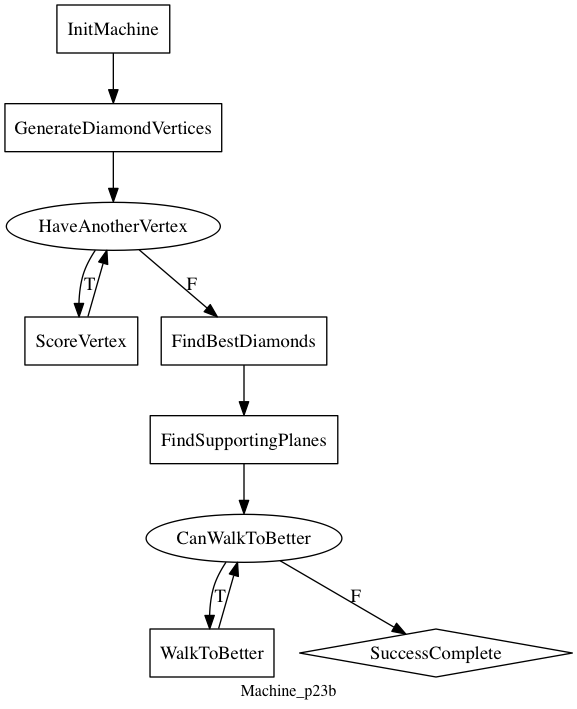
This is diagram/advent/p23b.png from comperical/FlowState, a Graphviz export, as it was before one commit. Its source is kept beside it as diagram/advent/p23b.gv. Source of this version:
```dot
digraph MyGraphName {
node [shape=box] InitMachine; GenerateDiamondVertices; ScoreVertex; FindBestDiamonds; FindSupportingPlanes; WalkToBetter
node [shape=diamond] SuccessComplete
node [shape=ellipse] HaveAnotherVertex; CanWalkToBetter
HaveAnotherVertex->FindBestDiamonds [label=F];
CanWalkToBetter->WalkToBetter [label=T];
GenerateDiamondVertices->HaveAnotherVertex ;
FindBestDiamonds->FindSupportingPlanes ;
WalkToBetter->CanWalkToBetter ;
ScoreVertex->HaveAnotherVertex ;
HaveAnotherVertex->ScoreVertex [label=T];
FindSupportingPlanes->CanWalkToBetter ;
InitMachine->GenerateDiamondVertices ;
CanWalkToBetter->SuccessComplete [label=F];
overlap=false
label=Machine_p23b
fontsize=12
}
```
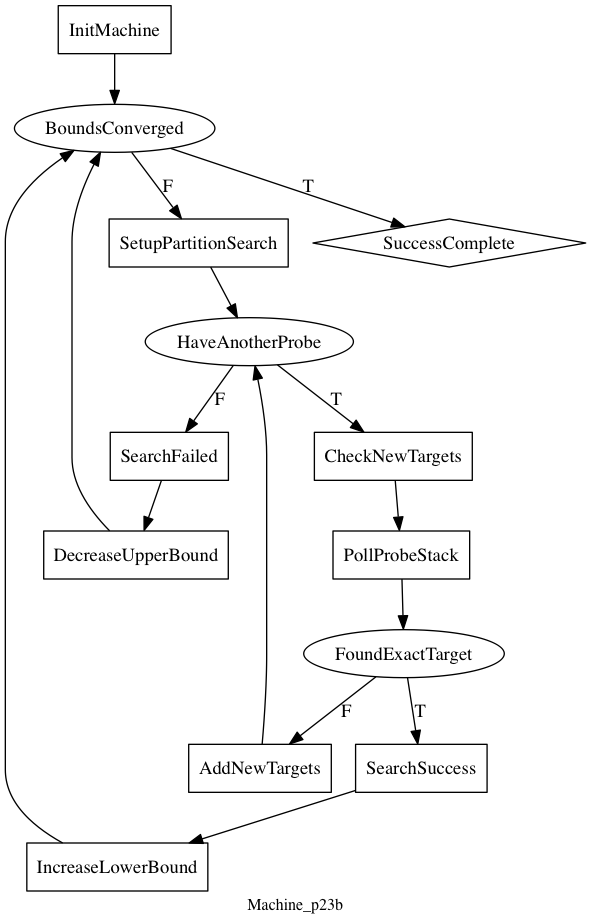
The same file after the commit.

Diff of the diagram source:
```diff
@@ -1,17 +1,22 @@
 digraph MyGraphName {
-node [shape=box] InitMachine; GenerateDiamondVertices; ScoreVertex; FindBestDiamonds; FindSupportingPlanes; WalkToBetter
+node [shape=box] InitMachine; SetupPartitionSearch; CheckNewTargets; PollProbeStack; AddNewTargets; SearchSuccess; IncreaseLowerBound; SearchFailed; DecreaseUpperBound
 node [shape=diamond] SuccessComplete
-node [shape=ellipse] HaveAnotherVertex; CanWalkToBetter
-HaveAnotherVertex->FindBestDiamonds [label=F];
-CanWalkToBetter->WalkToBetter [label=T];
-GenerateDiamondVertices->HaveAnotherVertex ;
-FindBestDiamonds->FindSupportingPlanes ;
-WalkToBetter->CanWalkToBetter ;
-ScoreVertex->HaveAnotherVertex ;
-HaveAnotherVertex->ScoreVertex [label=T];
-FindSupportingPlanes->CanWalkToBetter ;
-InitMachine->GenerateDiamondVertices ;
-CanWalkToBetter->SuccessComplete [label=F];
+node [shape=ellipse] BoundsConverged; HaveAnotherProbe; FoundExactTarget
+BoundsConverged->SuccessComplete [label=T];
+FoundExactTarget->AddNewTargets [label=F];
+InitMachine->BoundsConverged ;
+SetupPartitionSearch->HaveAnotherProbe ;
+SearchFailed->DecreaseUpperBound ;
+PollProbeStack->FoundExactTarget ;
+BoundsConverged->SetupPartitionSearch [label=F];
+DecreaseUpperBound->BoundsConverged ;
+AddNewTargets->HaveAnotherProbe ;
+HaveAnotherProbe->SearchFailed [label=F];
+FoundExactTarget->SearchSuccess [label=T];
+HaveAnotherProbe->CheckNewTargets [label=T];
+CheckNewTargets->PollProbeStack ;
+IncreaseLowerBound->BoundsConverged ;
+SearchSuccess->IncreaseLowerBound ;
 overlap=false
 label=Machine_p23b
 fontsize=12
```
